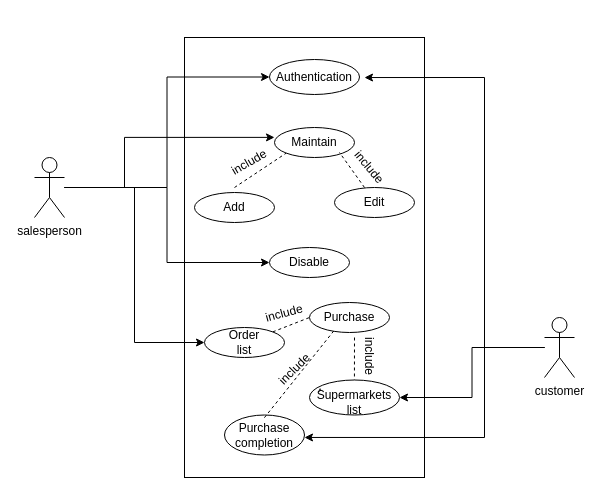
Before: docs/use-case Diagram.drawio in marketplus95/marketplus95, a draw.io diagram. Source tidied: cells renumbered, new cells numbered last; positions are measured from the earlier drawing's top-left corner, leaving out a move shared by most shapes. Both pictures are drawn from the tidied source at 100%, with x=0, y=0 at pixel (34, 37).
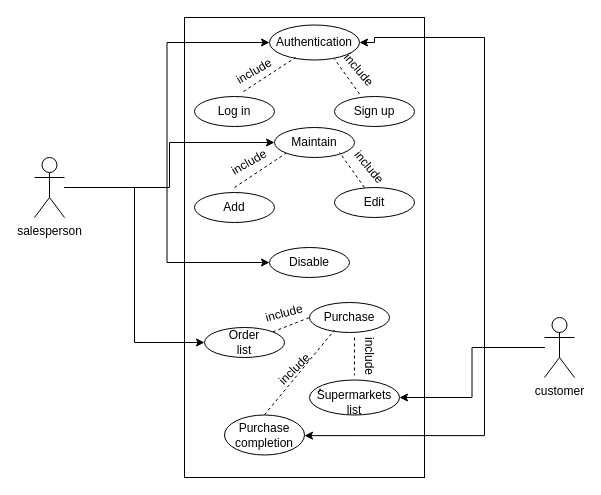
The same diagram, later.

The change refers to these unchanged cells:
```xml
<mxCell id="7" value="salesperson" style="shape=umlActor;verticalLabelPosition=bottom;labelBackgroundColor=#ffffff;verticalAlign=top;html=1;outlineConnect=0;" parent="1" vertex="1">
  <mxGeometry y="120" width="30" height="60" as="geometry" />
</mxCell>
<mxCell id="11" value="customer" style="shape=umlActor;verticalLabelPosition=bottom;labelBackgroundColor=#ffffff;verticalAlign=top;html=1;outlineConnect=0;" parent="1" vertex="1">
  <mxGeometry x="510" y="280" width="30" height="60" as="geometry" />
</mxCell>
<mxCell id="12" style="ellipse;whiteSpace=wrap;html=1;" parent="1" vertex="1">
  <mxGeometry x="240" y="90" width="80" height="30" as="geometry" />
</mxCell>
```

Diff of the diagram source:
```diff
@@
     <mxCell id="2" style="rounded=0;whiteSpace=wrap;html=1;" parent="1" vertex="1">
-      <mxGeometry x="150" width="240" height="440" as="geometry" />
+      <mxGeometry x="150" y="-20" width="240" height="460" as="geometry" />
     </mxCell>
@@
-    <mxCell id="5" style="edgeStyle=orthogonalEdgeStyle;rounded=0;jettySize=auto;html=1;entryX=0.375;entryY=0.227;entryDx=0;entryDy=0;entryPerimeter=0;" parent="1" edge="1" source="7" target="2">
-      <mxGeometry relative="1" as="geometry" />
-    </mxCell>
@@
+    <mxCell id="38" style="edgeStyle=orthogonalEdgeStyle;rounded=0;jettySize=auto;html=1;entryX=0;entryY=0.5;entryDx=0;entryDy=0;" parent="1" edge="1" source="7" target="12">
+      <mxGeometry relative="1" as="geometry" />
+    </mxCell>
@@
-    <mxCell id="9" style="edgeStyle=orthogonalEdgeStyle;rounded=0;jettySize=auto;html=1;entryX=0.75;entryY=0.091;entryDx=0;entryDy=0;entryPerimeter=0;" parent="1" edge="1" source="11" target="2">
-      <mxGeometry relative="1" as="geometry" />
+    <mxCell id="9" style="edgeStyle=orthogonalEdgeStyle;rounded=0;jettySize=auto;html=1;entryX=1;entryY=0.5;entryDx=0;entryDy=0;" parent="1" edge="1" source="11" target="30">
+      <mxGeometry relative="1" as="geometry">
+        <Array as="points">
+          <mxPoint x="450" y="310" />
+          <mxPoint x="450" />
+          <mxPoint x="340" />
+          <mxPoint x="340" y="5" />
+        </Array>
+      </mxGeometry>
     </mxCell>
@@
     <mxCell id="30" value="Authentication" style="ellipse;whiteSpace=wrap;html=1;" parent="1" vertex="1">
-      <mxGeometry x="235" y="22" width="90" height="35" as="geometry" />
+      <mxGeometry x="235" y="-12.5" width="90" height="35" as="geometry" />
     </mxCell>
@@
+    <mxCell id="39" value="Sign up" style="ellipse;whiteSpace=wrap;html=1;" parent="1" vertex="1">
+      <mxGeometry x="300" y="59" width="80" height="30" as="geometry" />
+    </mxCell>
+    <mxCell id="40" value="Log in" style="ellipse;whiteSpace=wrap;html=1;" parent="1" vertex="1">
+      <mxGeometry x="160" y="59" width="80" height="30" as="geometry" />
+    </mxCell>
+    <mxCell id="41" style="endArrow=none;dashed=1;html=1;entryX=0;entryY=1;entryDx=0;entryDy=0;" parent="1" edge="1">
+      <mxGeometry relative="1" as="geometry">
+        <mxPoint x="209" y="54" as="sourcePoint" />
+        <mxPoint x="261" y="20" as="targetPoint" />
+      </mxGeometry>
+    </mxCell>
+    <mxCell id="42" value="include" style="text;html=1;strokeColor=none;fillColor=none;align=center;verticalAlign=middle;whiteSpace=wrap;rounded=0;rotation=-30;" parent="1" vertex="1">
+      <mxGeometry x="200" y="24" width="40" height="20" as="geometry" />
+    </mxCell>
+    <mxCell id="43" value="include" style="text;html=1;strokeColor=none;fillColor=none;align=center;verticalAlign=middle;whiteSpace=wrap;rounded=0;rotation=50;" parent="1" vertex="1">
+      <mxGeometry x="305" y="22.5" width="40" height="20" as="geometry" />
+    </mxCell>
+    <mxCell id="44" style="endArrow=none;dashed=1;html=1;" parent="1" edge="1">
+      <mxGeometry relative="1" as="geometry">
+        <mxPoint x="325" y="56.5" as="sourcePoint" />
+        <mxPoint x="300" y="21.5" as="targetPoint" />
+      </mxGeometry>
+    </mxCell>
```
